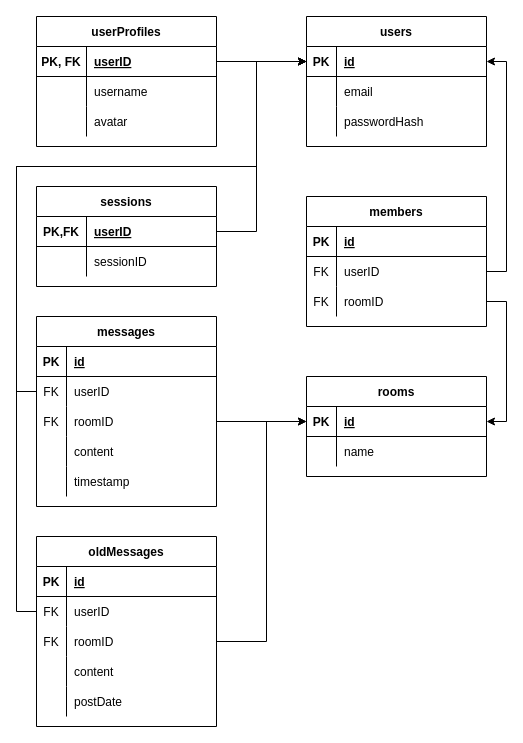
Earlier version of the draw.io diagram database.drawio (EliasEriksson/Chat.app). Source tidied: cells renumbered, new cells numbered last; positions are measured from the earlier drawing's top-left corner, leaving out a move shared by most shapes. Both pictures are drawn from the tidied source at 100%, with x=0, y=0 at pixel (16, 16).
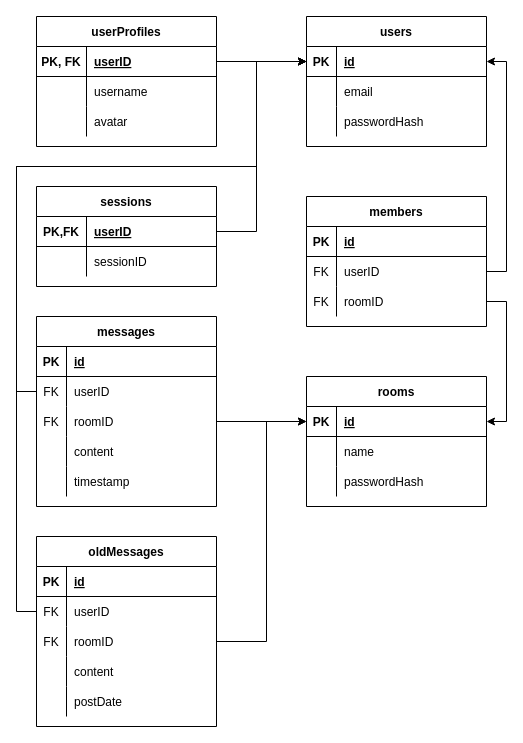
The same diagram, later.

What changed in the source:
```diff
@@
     <mxCell id="31" value="rooms" style="shape=table;startSize=30;childLayout=tableLayout;rowLines=0;fontStyle=1;align=center;" parent="1" vertex="1">
-      <mxGeometry x="290" y="360" width="180" height="100" as="geometry" />
+      <mxGeometry x="290" y="360" width="180" height="130" as="geometry" />
     </mxCell>
@@
+    <mxCell id="86" style="shape=partialRectangle;fillColor=none;top=0;left=0;bottom=0;right=0;" parent="31" vertex="1">
+      <mxGeometry y="90" width="180" height="30" as="geometry" />
+    </mxCell>
+    <mxCell id="87" style="shape=partialRectangle;fillColor=none;top=0;left=0;bottom=0;right=0;overflow=hidden;" parent="86" vertex="1">
+      <mxGeometry width="30" height="30" as="geometry" />
+    </mxCell>
+    <mxCell id="88" value="passwordHash" style="shape=partialRectangle;fillColor=none;top=0;left=0;bottom=0;right=0;align=left;spacingLeft=6;overflow=hidden;" parent="86" vertex="1">
+      <mxGeometry x="30" width="150" height="30" as="geometry" />
+    </mxCell>
```
